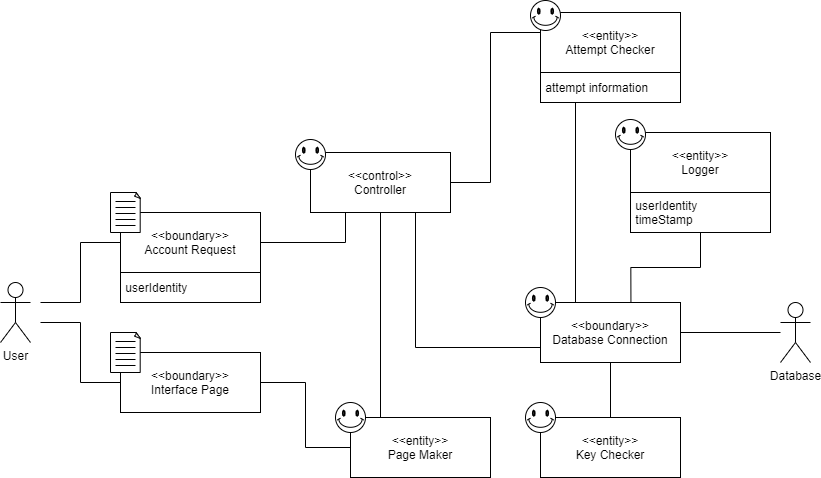
This is docs/DomainModels/diagrams/DM-UC-01.png from youngkwon02/Enhanced-library-management, a draw.io export, as it was before one commit. Source tidied: cells renumbered, new cells last; positions are measured from the earlier drawing's top-left corner, leaving out a move shared by most shapes. Its diagram source:
```xml
<mxGraphModel>
  <root>
    <mxCell id="0" />
    <mxCell id="1" parent="0" />
    <mxCell id="2" value="Database" style="shape=umlActor;verticalLabelPosition=bottom;verticalAlign=top;html=1;outlineConnect=0;" parent="1" vertex="1">
      <mxGeometry x="780" y="302" width="30" height="60" as="geometry" />
    </mxCell>
    <mxCell id="3" style="edgeStyle=orthogonalEdgeStyle;rounded=0;jettySize=auto;html=1;exitX=1;exitY=0.5;exitDx=0;exitDy=0;entryX=0;entryY=0.5;entryDx=0;entryDy=0;startArrow=none;startFill=0;endArrow=none;endFill=0;" parent="1" edge="1" source="6" target="19">
      <mxGeometry relative="1" as="geometry">
        <Array as="points">
          <mxPoint x="490" y="182" />
          <mxPoint x="490" y="32" />
          <mxPoint x="540" y="32" />
        </Array>
      </mxGeometry>
    </mxCell>
    <mxCell id="4" style="edgeStyle=orthogonalEdgeStyle;rounded=0;jettySize=auto;html=1;exitX=0.5;exitY=1;exitDx=0;exitDy=0;entryX=0.5;entryY=0;entryDx=0;entryDy=0;startArrow=none;startFill=0;endArrow=none;endFill=0;" parent="1" edge="1" source="6" target="7">
      <mxGeometry relative="1" as="geometry">
        <Array as="points">
          <mxPoint x="380" y="417" />
        </Array>
      </mxGeometry>
    </mxCell>
    <mxCell id="5" style="edgeStyle=orthogonalEdgeStyle;rounded=0;jettySize=auto;html=1;exitX=0.75;exitY=1;exitDx=0;exitDy=0;entryX=0;entryY=0.75;entryDx=0;entryDy=0;startArrow=none;startFill=0;endArrow=none;endFill=0;" parent="1" edge="1" source="6" target="15">
      <mxGeometry relative="1" as="geometry" />
    </mxCell>
    <mxCell id="6" value="&amp;lt;&amp;lt;control&amp;gt;&amp;gt;&lt;br&gt;Controller" style="rounded=0;whiteSpace=wrap;html=1;" parent="1" vertex="1">
      <mxGeometry x="310" y="152" width="140" height="60" as="geometry" />
    </mxCell>
    <mxCell id="7" value="&amp;lt;&amp;lt;entity&amp;gt;&amp;gt;&lt;br&gt;Page Maker" style="rounded=0;whiteSpace=wrap;html=1;" parent="1" vertex="1">
      <mxGeometry x="350" y="417" width="140" height="60" as="geometry" />
    </mxCell>
    <mxCell id="8" style="edgeStyle=orthogonalEdgeStyle;rounded=0;orthogonalLoop=1;jettySize=auto;html=1;exitX=0.5;exitY=1;exitDx=0;exitDy=0;exitPerimeter=0;" parent="1" edge="1">
      <mxGeometry relative="1" as="geometry">
        <mxPoint x="45" y="77" as="sourcePoint" />
        <mxPoint x="45" y="77" as="targetPoint" />
      </mxGeometry>
    </mxCell>
    <mxCell id="9" style="edgeStyle=orthogonalEdgeStyle;rounded=0;orthogonalLoop=1;jettySize=auto;html=1;exitX=0.5;exitY=1;exitDx=0;exitDy=0;exitPerimeter=0;" parent="1" edge="1">
      <mxGeometry relative="1" as="geometry">
        <mxPoint x="45" y="77" as="sourcePoint" />
        <mxPoint x="45" y="77" as="targetPoint" />
      </mxGeometry>
    </mxCell>
    <mxCell id="10" style="edgeStyle=orthogonalEdgeStyle;rounded=0;jettySize=auto;html=1;exitX=1;exitY=0.5;exitDx=0;exitDy=0;entryX=0;entryY=0.5;entryDx=0;entryDy=0;startArrow=none;startFill=0;endArrow=none;endFill=0;" parent="1" edge="1" source="12" target="7">
      <mxGeometry relative="1" as="geometry" />
    </mxCell>
    <mxCell id="11" style="edgeStyle=orthogonalEdgeStyle;rounded=0;jettySize=auto;html=1;exitX=0;exitY=0.25;exitDx=0;exitDy=0;startArrow=none;startFill=0;endArrow=none;endFill=0;" parent="1" edge="1" source="12">
      <mxGeometry relative="1" as="geometry">
        <mxPoint x="40" y="322" as="targetPoint" />
        <Array as="points">
          <mxPoint x="120" y="382" />
          <mxPoint x="80" y="382" />
          <mxPoint x="80" y="322" />
        </Array>
      </mxGeometry>
    </mxCell>
    <mxCell id="12" value="&amp;lt;&amp;lt;boundary&amp;gt;&amp;gt;&lt;br&gt;Interface Page" style="rounded=0;whiteSpace=wrap;html=1;" parent="1" vertex="1">
      <mxGeometry x="120" y="352" width="140" height="60" as="geometry" />
    </mxCell>
    <mxCell id="13" style="edgeStyle=orthogonalEdgeStyle;rounded=0;jettySize=auto;html=1;exitX=0.5;exitY=1;exitDx=0;exitDy=0;entryX=0.5;entryY=0;entryDx=0;entryDy=0;startArrow=none;startFill=0;endArrow=none;endFill=0;" parent="1" edge="1" source="15" target="16">
      <mxGeometry relative="1" as="geometry" />
    </mxCell>
    <mxCell id="14" style="edgeStyle=orthogonalEdgeStyle;rounded=0;jettySize=auto;html=1;exitX=1;exitY=0.5;exitDx=0;exitDy=0;startArrow=none;startFill=0;endArrow=none;endFill=0;" parent="1" edge="1" source="15" target="2">
      <mxGeometry relative="1" as="geometry" />
    </mxCell>
    <mxCell id="15" value="&amp;lt;&amp;lt;boundary&amp;gt;&amp;gt;&lt;br&gt;Database Connection" style="rounded=0;whiteSpace=wrap;html=1;" parent="1" vertex="1">
      <mxGeometry x="540" y="302" width="140" height="60" as="geometry" />
    </mxCell>
    <mxCell id="16" value="&amp;lt;&amp;lt;entity&amp;gt;&amp;gt;&lt;br&gt;Key Checker" style="rounded=0;whiteSpace=wrap;html=1;" parent="1" vertex="1">
      <mxGeometry x="540" y="417" width="140" height="60" as="geometry" />
    </mxCell>
    <mxCell id="17" value="User" style="shape=umlActor;verticalLabelPosition=bottom;verticalAlign=top;html=1;" parent="1" vertex="1">
      <mxGeometry y="282" width="30" height="60" as="geometry" />
    </mxCell>
    <mxCell id="18" style="group;" parent="1" vertex="1">
      <mxGeometry x="540" y="12" width="140" height="90" as="geometry" />
    </mxCell>
    <mxCell id="19" value="&amp;lt;&amp;lt;entity&amp;gt;&amp;gt;&lt;br&gt;Attempt Checker" style="rounded=0;whiteSpace=wrap;html=1;" parent="18" vertex="1">
      <mxGeometry width="140" height="60" as="geometry" />
    </mxCell>
    <mxCell id="20" value="&amp;nbsp;attempt information" style="rounded=0;whiteSpace=wrap;html=1;align=left;" parent="18" vertex="1">
      <mxGeometry y="60" width="140" height="30" as="geometry" />
    </mxCell>
    <mxCell id="21" style="group;" parent="1" vertex="1">
      <mxGeometry x="630" y="132" width="140" height="100" as="geometry" />
    </mxCell>
    <mxCell id="22" value="&amp;lt;&amp;lt;entity&amp;gt;&amp;gt;&lt;br&gt;Logger" style="rounded=0;whiteSpace=wrap;html=1;" parent="21" vertex="1">
      <mxGeometry width="140" height="60" as="geometry" />
    </mxCell>
    <mxCell id="23" value="&amp;nbsp;userIdentity&lt;br&gt;&amp;nbsp;timeStamp" style="rounded=0;whiteSpace=wrap;html=1;align=left;" parent="21" vertex="1">
      <mxGeometry y="60" width="140" height="40" as="geometry" />
    </mxCell>
    <mxCell id="24" style="verticalLabelPosition=bottom;verticalAlign=top;html=1;shape=mxgraph.basic.smiley;" parent="21" vertex="1">
      <mxGeometry x="-15" y="-13" width="30" height="30" as="geometry" />
    </mxCell>
    <mxCell id="25" style="group;" parent="1" vertex="1">
      <mxGeometry x="120" y="212" width="140" height="90" as="geometry" />
    </mxCell>
    <mxCell id="26" value="&amp;lt;&amp;lt;boundary&amp;gt;&amp;gt;&lt;br&gt;Account Request" style="rounded=0;whiteSpace=wrap;html=1;" parent="25" vertex="1">
      <mxGeometry width="140" height="60" as="geometry" />
    </mxCell>
    <mxCell id="27" value="&amp;nbsp;userIdentity" style="rounded=0;whiteSpace=wrap;html=1;align=left;" parent="25" vertex="1">
      <mxGeometry y="60" width="140" height="30" as="geometry" />
    </mxCell>
    <mxCell id="28" style="edgeStyle=orthogonalEdgeStyle;rounded=0;jettySize=auto;html=1;exitX=1;exitY=0.5;exitDx=0;exitDy=0;entryX=0.25;entryY=1;entryDx=0;entryDy=0;startArrow=none;startFill=0;endArrow=none;endFill=0;" parent="1" edge="1" source="26" target="6">
      <mxGeometry relative="1" as="geometry" />
    </mxCell>
    <mxCell id="29" style="edgeStyle=orthogonalEdgeStyle;rounded=0;jettySize=auto;html=1;exitX=0.5;exitY=1;exitDx=0;exitDy=0;entryX=0.646;entryY=-0.01;entryDx=0;entryDy=0;startArrow=none;startFill=0;endArrow=none;endFill=0;entryPerimeter=0;" parent="1" edge="1" source="23" target="15">
      <mxGeometry relative="1" as="geometry" />
    </mxCell>
    <mxCell id="30" style="edgeStyle=orthogonalEdgeStyle;rounded=0;jettySize=auto;html=1;exitX=0;exitY=0.5;exitDx=0;exitDy=0;startArrow=none;startFill=0;endArrow=none;endFill=0;" parent="1" edge="1" source="26">
      <mxGeometry relative="1" as="geometry">
        <mxPoint x="40" y="302" as="targetPoint" />
        <Array as="points">
          <mxPoint x="80" y="242" />
          <mxPoint x="80" y="302" />
        </Array>
      </mxGeometry>
    </mxCell>
    <mxCell id="31" style="edgeStyle=orthogonalEdgeStyle;rounded=0;jettySize=auto;html=1;exitX=0.25;exitY=1;exitDx=0;exitDy=0;entryX=0.25;entryY=0;entryDx=0;entryDy=0;startArrow=none;startFill=0;endArrow=none;endFill=0;" parent="1" edge="1" source="20" target="15">
      <mxGeometry relative="1" as="geometry" />
    </mxCell>
    <mxCell id="32" style="verticalLabelPosition=bottom;verticalAlign=top;html=1;shape=mxgraph.basic.smiley;" parent="1" vertex="1">
      <mxGeometry x="295" y="139" width="30" height="30" as="geometry" />
    </mxCell>
    <mxCell id="33" style="group;" parent="1" vertex="1">
      <mxGeometry x="110" y="192" width="30" height="40" as="geometry" />
    </mxCell>
    <mxCell id="34" style="whiteSpace=wrap;html=1;shape=mxgraph.basic.document;" parent="33" vertex="1">
      <mxGeometry width="30" height="40" as="geometry" />
    </mxCell>
    <mxCell id="35" style="endArrow=none;html=1;" parent="33" edge="1">
      <mxGeometry relative="1" as="geometry">
        <mxPoint x="5" y="9" as="sourcePoint" />
        <mxPoint x="25" y="9" as="targetPoint" />
      </mxGeometry>
    </mxCell>
    <mxCell id="36" style="endArrow=none;html=1;" parent="33" edge="1">
      <mxGeometry relative="1" as="geometry">
        <mxPoint x="5" y="15" as="sourcePoint" />
        <mxPoint x="25" y="15" as="targetPoint" />
      </mxGeometry>
    </mxCell>
    <mxCell id="37" style="endArrow=none;html=1;" parent="33" edge="1">
      <mxGeometry relative="1" as="geometry">
        <mxPoint x="5" y="21" as="sourcePoint" />
        <mxPoint x="25" y="21" as="targetPoint" />
      </mxGeometry>
    </mxCell>
    <mxCell id="38" style="endArrow=none;html=1;" parent="33" edge="1">
      <mxGeometry relative="1" as="geometry">
        <mxPoint x="5" y="27" as="sourcePoint" />
        <mxPoint x="25" y="27" as="targetPoint" />
      </mxGeometry>
    </mxCell>
    <mxCell id="39" style="endArrow=none;html=1;" parent="33" edge="1">
      <mxGeometry relative="1" as="geometry">
        <mxPoint x="5" y="33" as="sourcePoint" />
        <mxPoint x="25" y="33" as="targetPoint" />
      </mxGeometry>
    </mxCell>
    <mxCell id="40" style="group;" parent="1" vertex="1">
      <mxGeometry x="110" y="332" width="30" height="40" as="geometry" />
    </mxCell>
    <mxCell id="41" style="whiteSpace=wrap;html=1;shape=mxgraph.basic.document;" parent="40" vertex="1">
      <mxGeometry width="30" height="40" as="geometry" />
    </mxCell>
    <mxCell id="42" style="endArrow=none;html=1;" parent="40" edge="1">
      <mxGeometry relative="1" as="geometry">
        <mxPoint x="5" y="9" as="sourcePoint" />
        <mxPoint x="25" y="9" as="targetPoint" />
      </mxGeometry>
    </mxCell>
    <mxCell id="43" style="endArrow=none;html=1;" parent="40" edge="1">
      <mxGeometry relative="1" as="geometry">
        <mxPoint x="5" y="15" as="sourcePoint" />
        <mxPoint x="25" y="15" as="targetPoint" />
      </mxGeometry>
    </mxCell>
    <mxCell id="44" style="endArrow=none;html=1;" parent="40" edge="1">
      <mxGeometry relative="1" as="geometry">
        <mxPoint x="5" y="21" as="sourcePoint" />
        <mxPoint x="25" y="21" as="targetPoint" />
      </mxGeometry>
    </mxCell>
    <mxCell id="45" style="endArrow=none;html=1;" parent="40" edge="1">
      <mxGeometry relative="1" as="geometry">
        <mxPoint x="5" y="27" as="sourcePoint" />
        <mxPoint x="25" y="27" as="targetPoint" />
      </mxGeometry>
    </mxCell>
    <mxCell id="46" style="endArrow=none;html=1;" parent="40" edge="1">
      <mxGeometry relative="1" as="geometry">
        <mxPoint x="5" y="33" as="sourcePoint" />
        <mxPoint x="25" y="33" as="targetPoint" />
      </mxGeometry>
    </mxCell>
    <mxCell id="47" style="verticalLabelPosition=bottom;verticalAlign=top;html=1;shape=mxgraph.basic.smiley;" parent="1" vertex="1">
      <mxGeometry x="530" width="30" height="30" as="geometry" />
    </mxCell>
    <mxCell id="48" style="verticalLabelPosition=bottom;verticalAlign=top;html=1;shape=mxgraph.basic.smiley;" parent="1" vertex="1">
      <mxGeometry x="525" y="287" width="30" height="30" as="geometry" />
    </mxCell>
    <mxCell id="49" style="verticalLabelPosition=bottom;verticalAlign=top;html=1;shape=mxgraph.basic.smiley;" parent="1" vertex="1">
      <mxGeometry x="335" y="402" width="30" height="30" as="geometry" />
    </mxCell>
    <mxCell id="50" style="verticalLabelPosition=bottom;verticalAlign=top;html=1;shape=mxgraph.basic.smiley;" parent="1" vertex="1">
      <mxGeometry x="525" y="402" width="30" height="30" as="geometry" />
    </mxCell>
  </root>
</mxGraphModel>
```
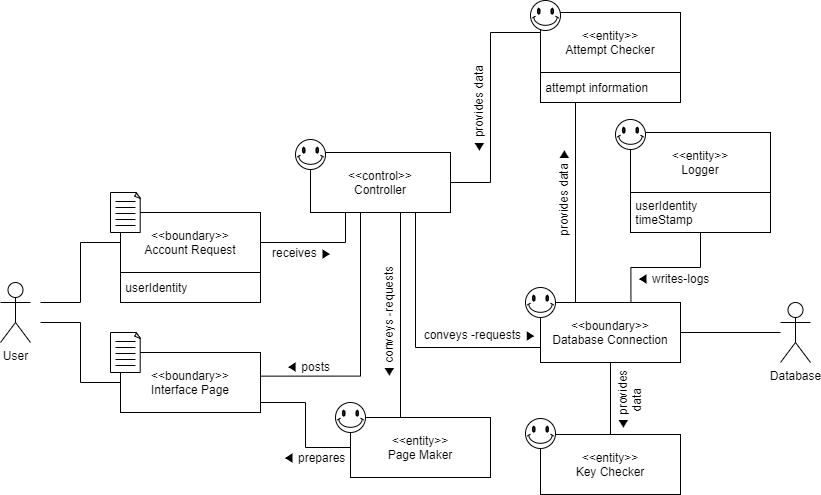
The same file after the commit.

Diff of the diagram source:
```diff
@@ -14,16 +14,25 @@
         </Array>
       </mxGeometry>
     </mxCell>
+    <mxCell id="5" style="edgeStyle=orthogonalEdgeStyle;rounded=0;jettySize=auto;html=1;exitX=0.75;exitY=1;exitDx=0;exitDy=0;entryX=0;entryY=0.75;entryDx=0;entryDy=0;startArrow=none;startFill=0;endArrow=none;endFill=0;" parent="1" edge="1" source="6" target="15">
+      <mxGeometry relative="1" as="geometry" />
+    </mxCell>
-    <mxCell id="4" style="edgeStyle=orthogonalEdgeStyle;rounded=0;jettySize=auto;html=1;exitX=0.5;exitY=1;exitDx=0;exitDy=0;entryX=0.5;entryY=0;entryDx=0;entryDy=0;startArrow=none;startFill=0;endArrow=none;endFill=0;" parent="1" edge="1" source="6" target="7">
+    <mxCell id="4" style="edgeStyle=orthogonalEdgeStyle;rounded=0;jettySize=auto;html=1;exitX=0.5;exitY=1;exitDx=0;exitDy=0;entryX=0.22;entryY=0.028;entryDx=0;entryDy=0;entryPerimeter=0;startArrow=none;startFill=0;endArrow=none;endFill=0;" parent="1" edge="1" source="6" target="7">
       <mxGeometry relative="1" as="geometry">
         <Array as="points">
-          <mxPoint x="380" y="417" />
+          <mxPoint x="400" y="212" />
+          <mxPoint x="400" y="419" />
         </Array>
       </mxGeometry>
     </mxCell>
-    <mxCell id="5" style="edgeStyle=orthogonalEdgeStyle;rounded=0;jettySize=auto;html=1;exitX=0.75;exitY=1;exitDx=0;exitDy=0;entryX=0;entryY=0.75;entryDx=0;entryDy=0;startArrow=none;startFill=0;endArrow=none;endFill=0;" parent="1" edge="1" source="6" target="15">
-      <mxGeometry relative="1" as="geometry" />
-    </mxCell>
+    <mxCell id="51" style="edgeStyle=orthogonalEdgeStyle;rounded=0;jettySize=auto;html=1;exitX=0.5;exitY=1;exitDx=0;exitDy=0;entryX=1.003;entryY=0.394;entryDx=0;entryDy=0;entryPerimeter=0;startArrow=none;startFill=0;endArrow=none;endFill=0;" parent="1" edge="1" source="6" target="12">
+      <mxGeometry relative="1" as="geometry">
+        <Array as="points">
+          <mxPoint x="360" y="212" />
+          <mxPoint x="360" y="376" />
+        </Array>
+      </mxGeometry>
+    </mxCell>
     <mxCell id="6" value="&amp;lt;&amp;lt;control&amp;gt;&amp;gt;&lt;br&gt;Controller" style="rounded=0;whiteSpace=wrap;html=1;" parent="1" vertex="1">
       <mxGeometry x="310" y="152" width="140" height="60" as="geometry" />
     </mxCell>
@@ -43,7 +52,13 @@
       </mxGeometry>
     </mxCell>
     <mxCell id="10" style="edgeStyle=orthogonalEdgeStyle;rounded=0;jettySize=auto;html=1;exitX=1;exitY=0.5;exitDx=0;exitDy=0;entryX=0;entryY=0.5;entryDx=0;entryDy=0;startArrow=none;startFill=0;endArrow=none;endFill=0;" parent="1" edge="1" source="12" target="7">
-      <mxGeometry relative="1" as="geometry" />
+      <mxGeometry relative="1" as="geometry">
+        <Array as="points">
+          <mxPoint x="260" y="402" />
+          <mxPoint x="305" y="402" />
+          <mxPoint x="305" y="447" />
+        </Array>
+      </mxGeometry>
     </mxCell>
     <mxCell id="11" style="edgeStyle=orthogonalEdgeStyle;rounded=0;jettySize=auto;html=1;exitX=0;exitY=0.25;exitDx=0;exitDy=0;startArrow=none;startFill=0;endArrow=none;endFill=0;" parent="1" edge="1" source="12">
       <mxGeometry relative="1" as="geometry">
@@ -68,7 +83,7 @@
       <mxGeometry x="540" y="302" width="140" height="60" as="geometry" />
     </mxCell>
     <mxCell id="16" value="&amp;lt;&amp;lt;entity&amp;gt;&amp;gt;&lt;br&gt;Key Checker" style="rounded=0;whiteSpace=wrap;html=1;" parent="1" vertex="1">
-      <mxGeometry x="540" y="417" width="140" height="60" as="geometry" />
+      <mxGeometry x="540" y="434" width="140" height="60" as="geometry" />
     </mxCell>
     <mxCell id="17" value="User" style="shape=umlActor;verticalLabelPosition=bottom;verticalAlign=top;html=1;" parent="1" vertex="1">
       <mxGeometry y="282" width="30" height="60" as="geometry" />
@@ -206,7 +221,34 @@
       <mxGeometry x="335" y="402" width="30" height="30" as="geometry" />
     </mxCell>
     <mxCell id="50" style="verticalLabelPosition=bottom;verticalAlign=top;html=1;shape=mxgraph.basic.smiley;" parent="1" vertex="1">
-      <mxGeometry x="525" y="402" width="30" height="30" as="geometry" />
+      <mxGeometry x="525" y="418" width="30" height="30" as="geometry" />
     </mxCell>
+    <mxCell id="52" value="◀ conveys -requests" style="text;html=1;strokeColor=none;fillColor=none;align=center;verticalAlign=middle;whiteSpace=wrap;rounded=0;rotation=-90;" parent="1" vertex="1">
+      <mxGeometry x="323" y="312" width="130" height="20" as="geometry" />
+    </mxCell>
+    <mxCell id="53" value="◀ prepares" style="text;html=1;strokeColor=none;fillColor=none;align=center;verticalAlign=middle;whiteSpace=wrap;rounded=0;" parent="1" vertex="1">
+      <mxGeometry x="281" y="447" width="66" height="20" as="geometry" />
+    </mxCell>
+    <mxCell id="54" value="receives ▶" style="text;html=1;strokeColor=none;fillColor=none;align=center;verticalAlign=middle;whiteSpace=wrap;rounded=0;" parent="1" vertex="1">
+      <mxGeometry x="269" y="242" width="66" height="20" as="geometry" />
+    </mxCell>
+    <mxCell id="55" value="conveys -requests ▶" style="text;html=1;strokeColor=none;fillColor=none;align=center;verticalAlign=middle;whiteSpace=wrap;rounded=0;rotation=0;" parent="1" vertex="1">
+      <mxGeometry x="415" y="324" width="130" height="20" as="geometry" />
+    </mxCell>
+    <mxCell id="56" value="◀ writes-logs" style="text;html=1;strokeColor=none;fillColor=none;align=center;verticalAlign=middle;whiteSpace=wrap;rounded=0;" parent="1" vertex="1">
+      <mxGeometry x="623" y="268" width="100" height="20" as="geometry" />
+    </mxCell>
+    <mxCell id="57" value="provides data ▶" style="text;html=1;strokeColor=none;fillColor=none;align=center;verticalAlign=middle;whiteSpace=wrap;rounded=0;rotation=-90;" parent="1" vertex="1">
+      <mxGeometry x="498" y="182" width="130" height="20" as="geometry" />
+    </mxCell>
+    <mxCell id="58" value="◀ provides&lt;br&gt;data" style="text;html=1;strokeColor=none;fillColor=none;align=center;verticalAlign=middle;whiteSpace=wrap;rounded=0;rotation=-90;" parent="1" vertex="1">
+      <mxGeometry x="591" y="390" width="76" height="20" as="geometry" />
+    </mxCell>
+    <mxCell id="59" value="◀ provides data" style="text;html=1;strokeColor=none;fillColor=none;align=center;verticalAlign=middle;whiteSpace=wrap;rounded=0;rotation=-90;" parent="1" vertex="1">
+      <mxGeometry x="413" y="99" width="130" height="20" as="geometry" />
+    </mxCell>
+    <mxCell id="60" value="◀ posts" style="text;html=1;strokeColor=none;fillColor=none;align=center;verticalAlign=middle;whiteSpace=wrap;rounded=0;" parent="1" vertex="1">
+      <mxGeometry x="275" y="356" width="66" height="20" as="geometry" />
+    </mxCell>
   </root>
 </mxGraphModel>
```
